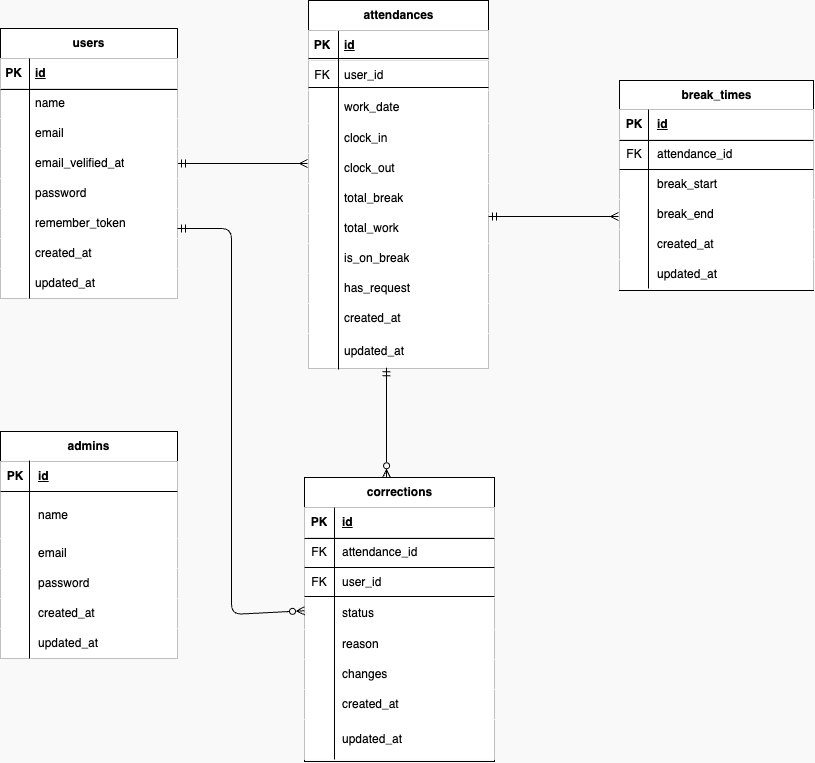
Earlier version of the draw.io export index.png (okumurachie/TimeTrack). Source tidied: cells renumbered, new cells last; positions are measured from the earlier drawing's top-left corner, leaving out a move shared by most shapes.
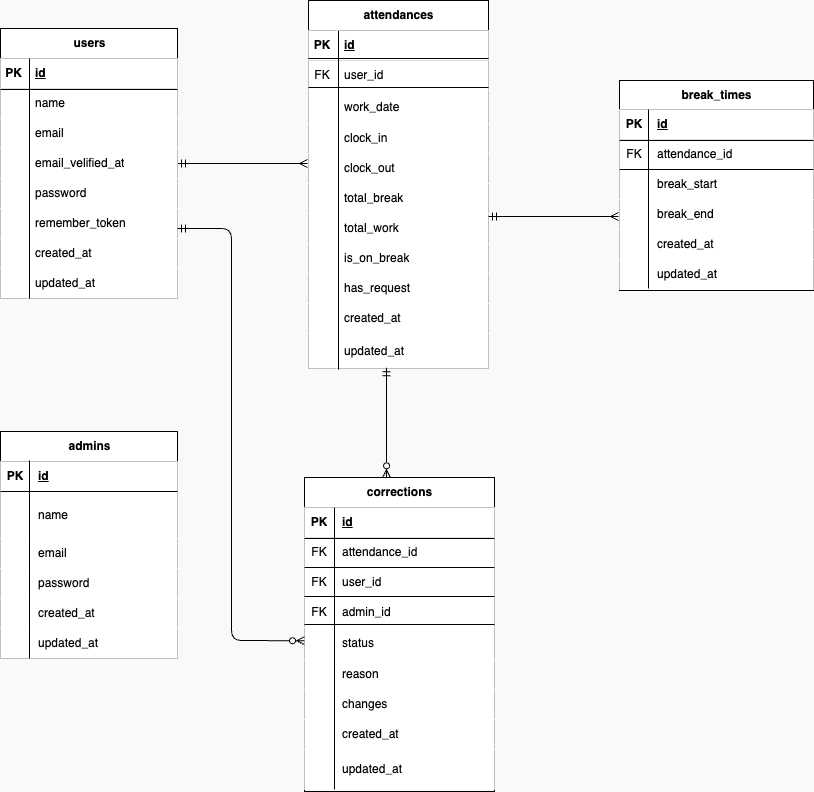
Later version of the same file.

What changed in the source:
```diff
@@ -242,7 +242,7 @@
       <mxGeometry x="30" width="164" height="30" as="geometry" />
     </mxCell>
     <mxCell id="81" value="corrections" style="shape=table;startSize=30;rowLines=0;fontStyle=1;align=center;html=1;fillColor=#FFFFFF;" parent="1" vertex="1">
-      <mxGeometry x="304" y="477" width="190" height="284" as="geometry" />
+      <mxGeometry x="304" y="477" width="190" height="314" as="geometry" />
     </mxCell>
     <mxCell id="82" style="shape=tableRow;horizontal=0;startSize=0;swimlaneHead=0;swimlaneBody=0;fillColor=#FFFFFF;top=0;left=0;right=0;bottom=1;" parent="81" vertex="1">
       <mxGeometry y="30" width="190" height="30" as="geometry" />
@@ -271,8 +271,17 @@
     <mxCell id="90" value="user_id" style="shape=partialRectangle;fillColor=#FFFFFF;top=0;left=0;bottom=0;right=0;align=left;spacingLeft=6;overflow=hidden;whiteSpace=wrap;html=1;" parent="88" vertex="1">
       <mxGeometry x="30" width="160" height="30" as="geometry" />
     </mxCell>
+    <mxCell id="142" style="shape=tableRow;horizontal=0;startSize=0;swimlaneHead=0;swimlaneBody=0;fillColor=#FFFFFF;top=0;left=0;right=0;bottom=0;" parent="81" vertex="1">
+      <mxGeometry y="120" width="190" height="30" as="geometry" />
+    </mxCell>
+    <mxCell id="143" value="FK" style="shape=partialRectangle;fillColor=#FFFFFF;top=0;left=0;bottom=0;right=0;overflow=hidden;whiteSpace=wrap;html=1;" parent="142" vertex="1">
+      <mxGeometry width="30" height="30" as="geometry" />
+    </mxCell>
+    <mxCell id="144" value="admin_id" style="shape=partialRectangle;fillColor=#FFFFFF;top=0;left=0;bottom=0;right=0;align=left;spacingLeft=6;overflow=hidden;whiteSpace=wrap;html=1;" parent="142" vertex="1">
+      <mxGeometry x="30" width="160" height="30" as="geometry" />
+    </mxCell>
     <mxCell id="91" style="shape=tableRow;horizontal=0;startSize=0;swimlaneHead=0;swimlaneBody=0;fillColor=#FFFFFF;points=[[0,0.5],[1,0.5]];portConstraint=eastwest;top=0;left=0;right=0;bottom=0;" parent="81" vertex="1">
-      <mxGeometry y="120" width="190" height="32" as="geometry" />
+      <mxGeometry y="150" width="190" height="32" as="geometry" />
     </mxCell>
     <mxCell id="92" style="shape=partialRectangle;fillColor=#FFFFFF;top=0;left=0;bottom=0;right=0;overflow=hidden;whiteSpace=wrap;html=1;" parent="91" vertex="1">
       <mxGeometry width="30" height="32" as="geometry" />
@@ -281,7 +290,7 @@
       <mxGeometry x="30" width="160" height="32" as="geometry" />
     </mxCell>
     <mxCell id="94" style="shape=tableRow;horizontal=0;startSize=0;swimlaneHead=0;swimlaneBody=0;fillColor=#FFFFFF;top=0;left=0;right=0;bottom=0;" parent="81" vertex="1">
-      <mxGeometry y="152" width="190" height="30" as="geometry" />
+      <mxGeometry y="182" width="190" height="30" as="geometry" />
     </mxCell>
     <mxCell id="95" style="shape=partialRectangle;fillColor=#FFFFFF;top=0;left=0;bottom=0;right=0;overflow=hidden;whiteSpace=wrap;html=1;" parent="94" vertex="1">
       <mxGeometry width="30" height="30" as="geometry" />
@@ -290,7 +299,7 @@
       <mxGeometry x="30" width="160" height="30" as="geometry" />
     </mxCell>
     <mxCell id="97" style="shape=tableRow;horizontal=0;startSize=0;swimlaneHead=0;swimlaneBody=0;fillColor=#FFFFFF;top=0;left=0;right=0;bottom=0;" parent="81" vertex="1">
-      <mxGeometry y="182" width="190" height="30" as="geometry" />
+      <mxGeometry y="212" width="190" height="30" as="geometry" />
     </mxCell>
     <mxCell id="98" style="shape=partialRectangle;fillColor=#FFFFFF;top=0;left=0;bottom=0;right=0;overflow=hidden;whiteSpace=wrap;html=1;" parent="97" vertex="1">
       <mxGeometry width="30" height="30" as="geometry" />
@@ -299,7 +308,7 @@
       <mxGeometry x="30" width="160" height="30" as="geometry" />
     </mxCell>
     <mxCell id="100" style="shape=tableRow;horizontal=0;startSize=0;swimlaneHead=0;swimlaneBody=0;fillColor=#FFFFFF;top=0;left=0;right=0;bottom=0;" parent="81" vertex="1">
-      <mxGeometry y="212" width="190" height="30" as="geometry" />
+      <mxGeometry y="242" width="190" height="30" as="geometry" />
     </mxCell>
     <mxCell id="101" style="shape=partialRectangle;fillColor=#FFFFFF;top=0;left=0;bottom=0;right=0;overflow=hidden;whiteSpace=wrap;html=1;" parent="100" vertex="1">
       <mxGeometry width="30" height="30" as="geometry" />
@@ -308,7 +317,7 @@
       <mxGeometry x="30" width="160" height="30" as="geometry" />
     </mxCell>
     <mxCell id="103" style="shape=tableRow;horizontal=0;startSize=0;swimlaneHead=0;swimlaneBody=0;fillColor=#FFFFFF;top=0;left=0;right=0;bottom=0;" parent="81" vertex="1">
-      <mxGeometry y="242" width="190" height="40" as="geometry" />
+      <mxGeometry y="272" width="190" height="40" as="geometry" />
     </mxCell>
     <mxCell id="104" style="shape=partialRectangle;fillColor=#FFFFFF;top=0;left=0;bottom=0;right=0;overflow=hidden;whiteSpace=wrap;html=1;" parent="103" vertex="1">
       <mxGeometry width="30" height="40" as="geometry" />
@@ -395,7 +404,7 @@
       <mxGeometry x="304" y="533" width="190" height="10" as="geometry" />
     </mxCell>
     <mxCell id="132" style="line;strokeWidth=1;direction=south;html=1;" parent="1" vertex="1">
-      <mxGeometry x="329" y="507" width="10" height="252" as="geometry" />
+      <mxGeometry x="329" y="507" width="10" height="282" as="geometry" />
     </mxCell>
     <mxCell id="133" style="line;strokeWidth=1;html=1;" parent="1" vertex="1">
       <mxGeometry x="619" y="135" width="194" height="10" as="geometry" />
@@ -429,9 +438,12 @@
         <mxPoint x="177" y="228" as="sourcePoint" />
         <Array as="points">
           <mxPoint x="231" y="228" />
-          <mxPoint x="231" y="614" />
+          <mxPoint x="231" y="640" />
         </Array>
       </mxGeometry>
     </mxCell>
+    <mxCell id="145" style="line;strokeWidth=1;html=1;" parent="1" vertex="1">
+      <mxGeometry x="304" y="619" width="190" height="10" as="geometry" />
+    </mxCell>
   </root>
 </mxGraphModel>
```
